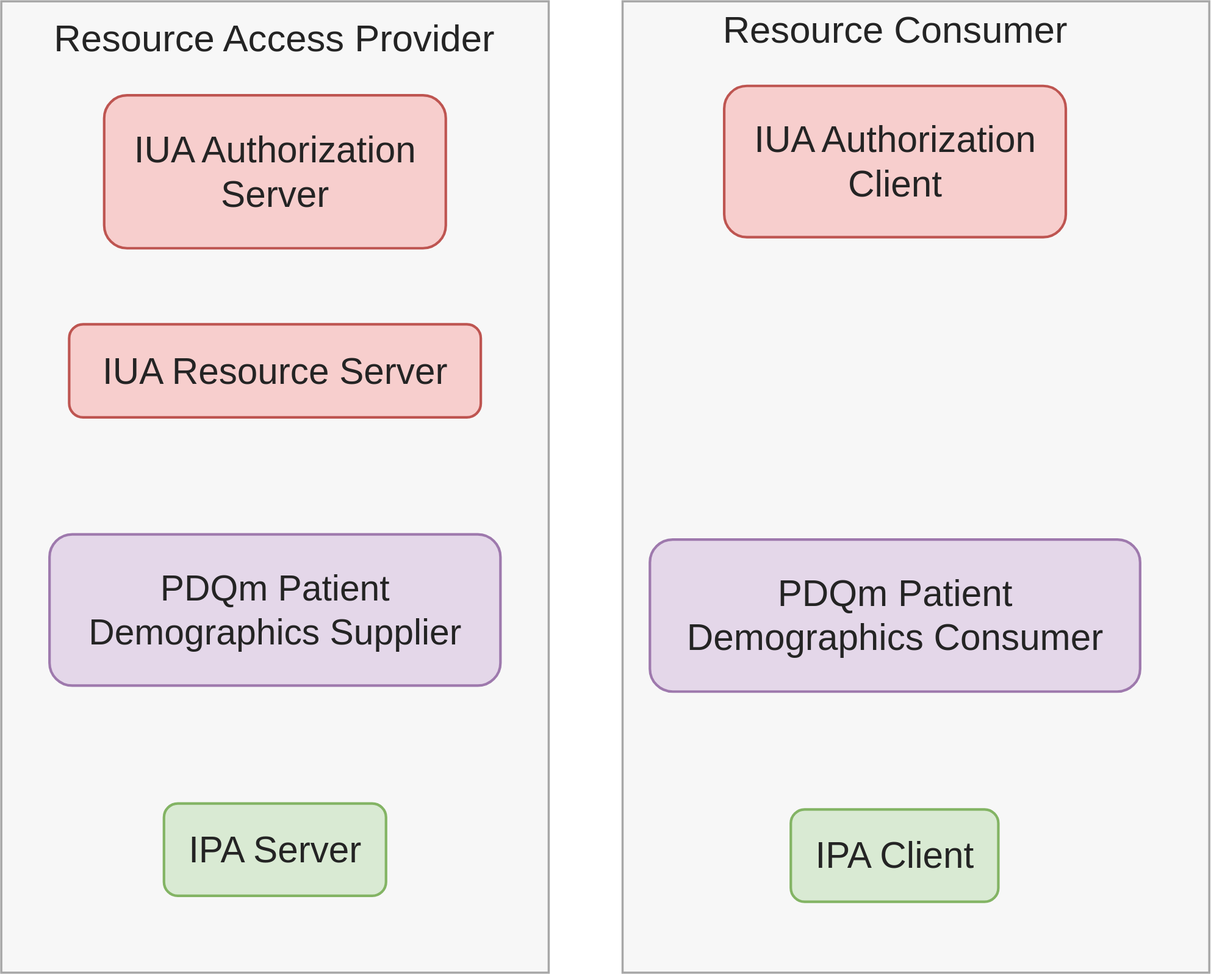
Before: input/images/resExchange_2.drawio.svg, a diagram exported from draw.io (euridice-org/eu-health-data-api). Source tidied: cells renumbered, new cells last; positions are measured from the earlier drawing's top-left corner, leaving out a move shared by most shapes. Its diagram source:
```xml
<mxGraphModel>
  <root>
    <mxCell id="0" />
    <mxCell id="1" parent="0" />
    <mxCell id="2" style="rounded=0;whiteSpace=wrap;html=0;align=center;verticalAlign=middle;fillColor=#f7f7f7;strokeColor=#a7a7a7;strokeWidth=2.5;fontColor=#242424;fontSize=16;fontFamily=Arial;" parent="1" vertex="1">
      <mxGeometry x="0.5" width="641" height="1137" as="geometry" />
    </mxCell>
    <mxCell id="3" style="rounded=0;whiteSpace=wrap;html=0;align=center;verticalAlign=middle;fillColor=#f7f7f7;strokeColor=#a7a7a7;strokeWidth=2.5;fontColor=#242424;fontSize=16;fontFamily=Arial;" parent="1" vertex="1">
      <mxGeometry x="728" width="687" height="1137" as="geometry" />
    </mxCell>
    <mxCell id="4" value="Resource Access Provider" style="text;html=0;whiteSpace=wrap;align=center;verticalAlign=middle;strokeColor=none;fillColor=none;fontColor=#242424;fontSize=44;fontFamily=Arial;" parent="1" vertex="1">
      <mxGeometry x="32" y="10" width="576" height="68" as="geometry" />
    </mxCell>
    <mxCell id="5" value="Resource Consumer" style="text;html=0;whiteSpace=wrap;align=center;verticalAlign=middle;strokeColor=none;fillColor=none;fontColor=#242424;fontSize=44;fontFamily=Arial;" parent="1" vertex="1">
      <mxGeometry x="735" width="624" height="68" as="geometry" />
    </mxCell>
    <mxCell id="6" value="IUA Authorization&#10;Server" style="rounded=1;whiteSpace=wrap;html=0;align=center;verticalAlign=middle;fillColor=#f7cecd;strokeColor=#be5551;strokeWidth=3;fontColor=#242424;fontSize=43;fontFamily=Arial;" parent="1" vertex="1">
      <mxGeometry x="121" y="110" width="400" height="179" as="geometry" />
    </mxCell>
    <mxCell id="7" value="IUA Resource Server" style="rounded=1;whiteSpace=wrap;html=0;align=center;verticalAlign=middle;fillColor=#f7cecd;strokeColor=#be5551;strokeWidth=3;fontColor=#242424;fontSize=43;fontFamily=Arial;" parent="1" vertex="1">
      <mxGeometry x="80" y="378" width="482" height="109" as="geometry" />
    </mxCell>
    <mxCell id="8" value="PDQm Patient&#10;Demographics Supplier" style="rounded=1;whiteSpace=wrap;html=0;align=center;verticalAlign=middle;fillColor=#e4d7e9;strokeColor=#9e79ad;strokeWidth=3;fontColor=#242424;fontSize=42;fontFamily=Arial;" parent="1" vertex="1">
      <mxGeometry x="57" y="624" width="528" height="177" as="geometry" />
    </mxCell>
    <mxCell id="9" value="IPA Server" style="rounded=1;whiteSpace=wrap;html=0;align=center;verticalAlign=middle;fillColor=#d9ead3;strokeColor=#83b464;strokeWidth=3;fontColor=#242424;fontSize=43;fontFamily=Arial;" parent="1" vertex="1">
      <mxGeometry x="191" y="939" width="260" height="108" as="geometry" />
    </mxCell>
    <mxCell id="10" value="IUA Authorization&#10;Client" style="rounded=1;whiteSpace=wrap;html=0;align=center;verticalAlign=middle;fillColor=#f7cecd;strokeColor=#be5551;strokeWidth=3;fontColor=#242424;fontSize=43;fontFamily=Arial;" parent="1" vertex="1">
      <mxGeometry x="847" y="99" width="400" height="177" as="geometry" />
    </mxCell>
    <mxCell id="11" value="PDQm Patient&#10;Demographics Consumer" style="rounded=1;whiteSpace=wrap;html=0;align=center;verticalAlign=middle;fillColor=#e4d7e9;strokeColor=#9e79ad;strokeWidth=3;fontColor=#242424;fontSize=43;fontFamily=Arial;" parent="1" vertex="1">
      <mxGeometry x="760" y="630" width="574" height="178" as="geometry" />
    </mxCell>
    <mxCell id="12" value="IPA Client" style="rounded=1;whiteSpace=wrap;html=0;align=center;verticalAlign=middle;fillColor=#d9ead3;strokeColor=#83b464;strokeWidth=3;fontColor=#242424;fontSize=43;fontFamily=Arial;" parent="1" vertex="1">
      <mxGeometry x="925" y="946" width="243" height="108" as="geometry" />
    </mxCell>
  </root>
</mxGraphModel>
```
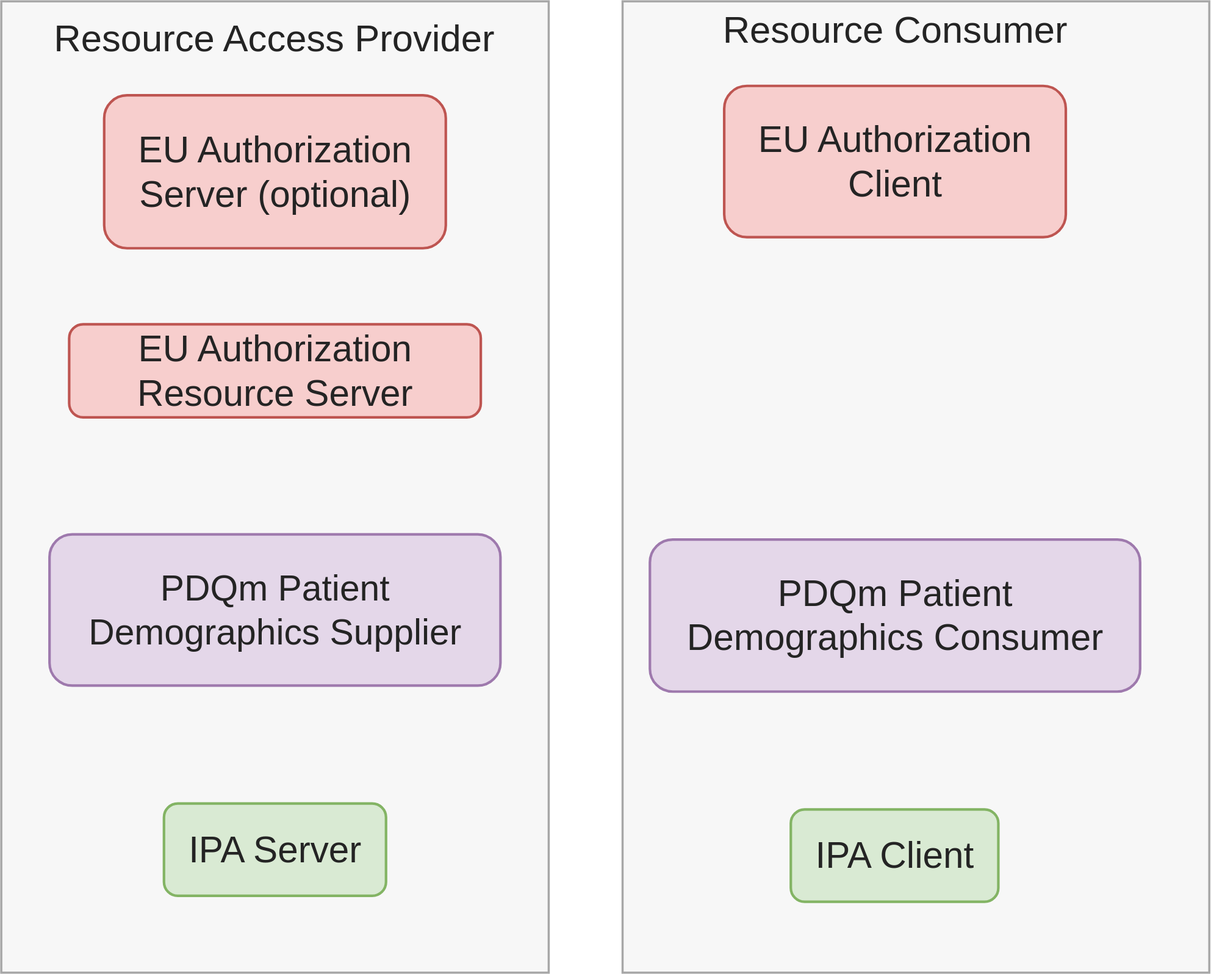
Above is the later version.

The edit, as a diff of the source:
```diff
@@ -14,10 +14,10 @@
     <mxCell id="5" value="Resource Consumer" style="text;html=0;whiteSpace=wrap;align=center;verticalAlign=middle;strokeColor=none;fillColor=none;fontColor=#242424;fontSize=44;fontFamily=Arial;" parent="1" vertex="1">
       <mxGeometry x="735" width="624" height="68" as="geometry" />
     </mxCell>
-    <mxCell id="6" value="IUA Authorization&#10;Server" style="rounded=1;whiteSpace=wrap;html=0;align=center;verticalAlign=middle;fillColor=#f7cecd;strokeColor=#be5551;strokeWidth=3;fontColor=#242424;fontSize=43;fontFamily=Arial;" parent="1" vertex="1">
+    <mxCell id="6" value="EU Authorization&#10;Server (optional)" style="rounded=1;whiteSpace=wrap;html=0;align=center;verticalAlign=middle;fillColor=#f7cecd;strokeColor=#be5551;strokeWidth=3;fontColor=#242424;fontSize=43;fontFamily=Arial;" parent="1" vertex="1">
       <mxGeometry x="121" y="110" width="400" height="179" as="geometry" />
     </mxCell>
-    <mxCell id="7" value="IUA Resource Server" style="rounded=1;whiteSpace=wrap;html=0;align=center;verticalAlign=middle;fillColor=#f7cecd;strokeColor=#be5551;strokeWidth=3;fontColor=#242424;fontSize=43;fontFamily=Arial;" parent="1" vertex="1">
+    <mxCell id="7" value="EU Authorization&#10;Resource Server" style="rounded=1;whiteSpace=wrap;html=0;align=center;verticalAlign=middle;fillColor=#f7cecd;strokeColor=#be5551;strokeWidth=3;fontColor=#242424;fontSize=43;fontFamily=Arial;" parent="1" vertex="1">
       <mxGeometry x="80" y="378" width="482" height="109" as="geometry" />
     </mxCell>
     <mxCell id="8" value="PDQm Patient&#10;Demographics Supplier" style="rounded=1;whiteSpace=wrap;html=0;align=center;verticalAlign=middle;fillColor=#e4d7e9;strokeColor=#9e79ad;strokeWidth=3;fontColor=#242424;fontSize=42;fontFamily=Arial;" parent="1" vertex="1">
@@ -26,7 +26,7 @@
     <mxCell id="9" value="IPA Server" style="rounded=1;whiteSpace=wrap;html=0;align=center;verticalAlign=middle;fillColor=#d9ead3;strokeColor=#83b464;strokeWidth=3;fontColor=#242424;fontSize=43;fontFamily=Arial;" parent="1" vertex="1">
       <mxGeometry x="191" y="939" width="260" height="108" as="geometry" />
     </mxCell>
-    <mxCell id="10" value="IUA Authorization&#10;Client" style="rounded=1;whiteSpace=wrap;html=0;align=center;verticalAlign=middle;fillColor=#f7cecd;strokeColor=#be5551;strokeWidth=3;fontColor=#242424;fontSize=43;fontFamily=Arial;" parent="1" vertex="1">
+    <mxCell id="10" value="EU Authorization&#10;Client" style="rounded=1;whiteSpace=wrap;html=0;align=center;verticalAlign=middle;fillColor=#f7cecd;strokeColor=#be5551;strokeWidth=3;fontColor=#242424;fontSize=43;fontFamily=Arial;" parent="1" vertex="1">
       <mxGeometry x="847" y="99" width="400" height="177" as="geometry" />
     </mxCell>
     <mxCell id="11" value="PDQm Patient&#10;Demographics Consumer" style="rounded=1;whiteSpace=wrap;html=0;align=center;verticalAlign=middle;fillColor=#e4d7e9;strokeColor=#9e79ad;strokeWidth=3;fontColor=#242424;fontSize=43;fontFamily=Arial;" parent="1" vertex="1">
```
